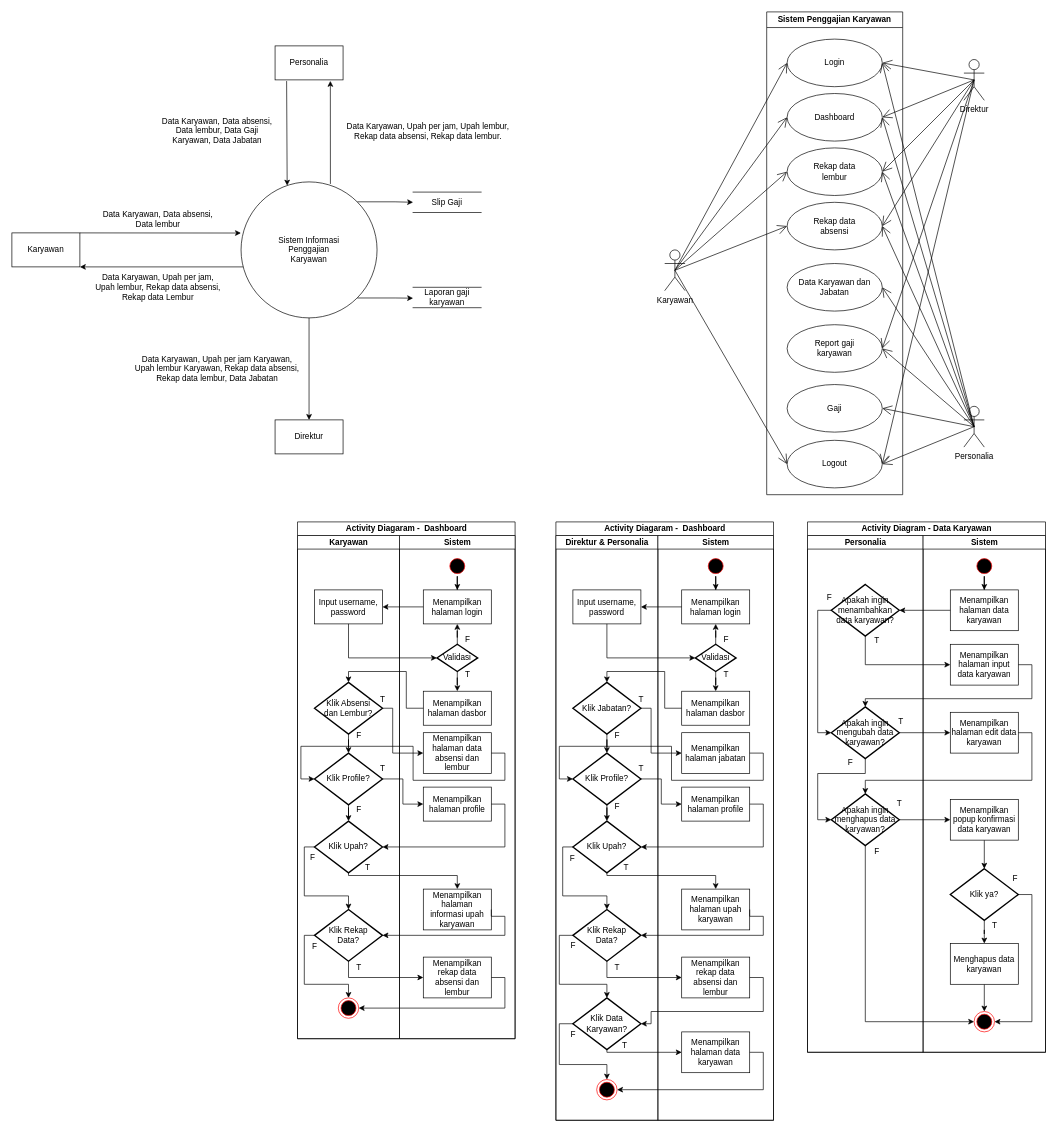
dapzz-id/DrawIO keeps this draw.io diagram as page "Halaman-1" (1 of 2) of DFD.drawio. Above is the earlier version. Source tidied: cells renumbered, new cells numbered last; positions are measured from the earlier drawing's top-left corner, leaving out a move shared by most shapes. Both pictures are drawn from the tidied source at 68%, with x=0, y=0 at pixel (12, 12).
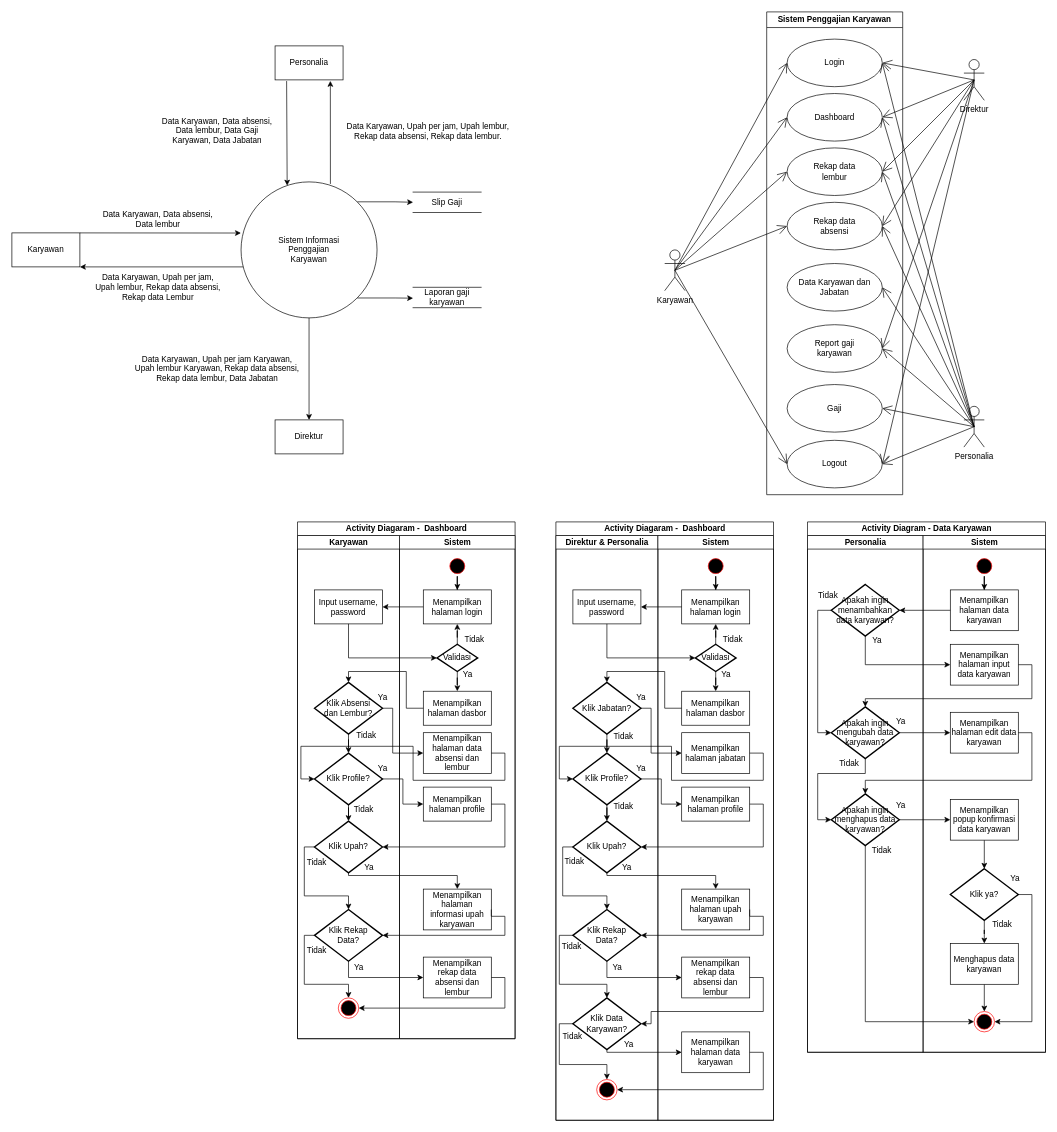
After the change.

The change refers to these unchanged cells:
```xml
<mxCell id="52" value="Karyawan" style="swimlane;startSize=20;html=1;" parent="51" vertex="1">
  <mxGeometry y="20" width="150" height="740" as="geometry" />
</mxCell>
<mxCell id="69" value="Sistem" style="swimlane;startSize=20;html=1;" parent="51" vertex="1">
  <mxGeometry x="150" y="20" width="170" height="740" as="geometry" />
</mxCell>
<mxCell id="97" value="Direktur &amp;amp; Personalia" style="swimlane;startSize=20;html=1;" parent="96" vertex="1">
  <mxGeometry y="20" width="150" height="860" as="geometry" />
</mxCell>
<mxCell id="120" value="Sistem" style="swimlane;startSize=20;html=1;" parent="96" vertex="1">
  <mxGeometry x="150" y="20" width="170" height="860" as="geometry" />
</mxCell>
<mxCell id="149" value="Personalia" style="swimlane;startSize=20;html=1;" parent="148" vertex="1">
  <mxGeometry y="20" width="170" height="760" as="geometry" />
</mxCell>
<mxCell id="160" value="Sistem" style="swimlane;startSize=20;html=1;" parent="148" vertex="1">
  <mxGeometry x="170" y="20" width="180" height="760" as="geometry" />
</mxCell>
```

The edit, as a diff of the source:
```diff
@@
-    <mxCell id="59" value="T" style="text;html=1;align=center;verticalAlign=middle;strokeColor=none;fillColor=none;" parent="52" vertex="1">
-      <mxGeometry x="110" y="328" width="30" height="30" as="geometry" />
+    <mxCell id="59" value="Ya" style="text;html=1;align=center;verticalAlign=middle;strokeColor=none;fillColor=none;" parent="52" vertex="1">
+      <mxGeometry x="105" y="328" width="40" height="30" as="geometry" />
     </mxCell>
-    <mxCell id="60" value="T" style="text;html=1;align=center;verticalAlign=middle;strokeColor=none;fillColor=none;" parent="52" vertex="1">
-      <mxGeometry x="88" y="474" width="30" height="30" as="geometry" />
+    <mxCell id="60" value="Ya" style="text;html=1;align=center;verticalAlign=middle;strokeColor=none;fillColor=none;" parent="52" vertex="1">
+      <mxGeometry x="85" y="474" width="40" height="30" as="geometry" />
     </mxCell>
@@
-    <mxCell id="64" value="T" style="text;html=1;align=center;verticalAlign=middle;strokeColor=none;fillColor=none;" parent="52" vertex="1">
-      <mxGeometry x="75" y="620" width="30" height="30" as="geometry" />
+    <mxCell id="64" value="Ya" style="text;html=1;align=center;verticalAlign=middle;strokeColor=none;fillColor=none;" parent="52" vertex="1">
+      <mxGeometry x="70" y="620" width="40" height="30" as="geometry" />
     </mxCell>
@@
-    <mxCell id="66" value="F" style="text;html=1;align=center;verticalAlign=middle;strokeColor=none;fillColor=none;" parent="52" vertex="1">
-      <mxGeometry x="75" y="280" width="30" height="30" as="geometry" />
+    <mxCell id="66" value="Tidak" style="text;html=1;align=center;verticalAlign=middle;strokeColor=none;fillColor=none;" parent="52" vertex="1">
+      <mxGeometry x="76" y="280" width="50" height="30" as="geometry" />
     </mxCell>
-    <mxCell id="67" value="F" style="text;html=1;align=center;verticalAlign=middle;strokeColor=none;fillColor=none;" parent="52" vertex="1">
-      <mxGeometry x="10" y="590" width="30" height="30" as="geometry" />
+    <mxCell id="67" value="Tidak" style="text;html=1;align=center;verticalAlign=middle;strokeColor=none;fillColor=none;" parent="52" vertex="1">
+      <mxGeometry x="3" y="596" width="50" height="30" as="geometry" />
     </mxCell>
-    <mxCell id="68" value="T" style="text;html=1;align=center;verticalAlign=middle;strokeColor=none;fillColor=none;" parent="52" vertex="1">
-      <mxGeometry x="110" y="226" width="30" height="30" as="geometry" />
+    <mxCell id="68" value="Ya" style="text;html=1;align=center;verticalAlign=middle;strokeColor=none;fillColor=none;" parent="52" vertex="1">
+      <mxGeometry x="105" y="223" width="40" height="30" as="geometry" />
     </mxCell>
+    <mxCell id="95" value="Tidak" style="text;html=1;align=center;verticalAlign=middle;strokeColor=none;fillColor=none;" parent="52" vertex="1">
+      <mxGeometry x="3" y="466" width="50" height="30" as="geometry" />
+    </mxCell>
@@
-    <mxCell id="76" value="F" style="text;html=1;align=center;verticalAlign=middle;strokeColor=none;fillColor=none;" parent="69" vertex="1">
-      <mxGeometry x="85" y="138" width="30" height="30" as="geometry" />
+    <mxCell id="76" value="Tidak" style="text;html=1;align=center;verticalAlign=middle;strokeColor=none;fillColor=none;" parent="69" vertex="1">
+      <mxGeometry x="85" y="138" width="50" height="30" as="geometry" />
     </mxCell>
@@
-    <mxCell id="78" value="T" style="text;html=1;align=center;verticalAlign=middle;strokeColor=none;fillColor=none;" parent="69" vertex="1">
-      <mxGeometry x="85" y="190" width="30" height="30" as="geometry" />
+    <mxCell id="78" value="Ya" style="text;html=1;align=center;verticalAlign=middle;strokeColor=none;fillColor=none;" parent="69" vertex="1">
+      <mxGeometry x="80" y="190" width="40" height="30" as="geometry" />
     </mxCell>
@@
-    <mxCell id="94" value="F" style="text;html=1;align=center;verticalAlign=middle;strokeColor=none;fillColor=none;" parent="1" vertex="1">
-      <mxGeometry x="495" y="1158" width="30" height="30" as="geometry" />
+    <mxCell id="94" value="Tidak" style="text;html=1;align=center;verticalAlign=middle;strokeColor=none;fillColor=none;" parent="1" vertex="1">
+      <mxGeometry x="492" y="1158" width="50" height="30" as="geometry" />
     </mxCell>
-    <mxCell id="95" value="F" style="text;html=1;align=center;verticalAlign=middle;strokeColor=none;fillColor=none;" parent="1" vertex="1">
-      <mxGeometry x="427" y="1228" width="30" height="30" as="geometry" />
-    </mxCell>
@@
-    <mxCell id="104" value="T" style="text;html=1;align=center;verticalAlign=middle;strokeColor=none;fillColor=none;" parent="97" vertex="1">
-      <mxGeometry x="110" y="328" width="30" height="30" as="geometry" />
+    <mxCell id="104" value="Ya" style="text;html=1;align=center;verticalAlign=middle;strokeColor=none;fillColor=none;" parent="97" vertex="1">
+      <mxGeometry x="105" y="328" width="40" height="30" as="geometry" />
     </mxCell>
-    <mxCell id="105" value="T" style="text;html=1;align=center;verticalAlign=middle;strokeColor=none;fillColor=none;" parent="97" vertex="1">
-      <mxGeometry x="88" y="474" width="30" height="30" as="geometry" />
+    <mxCell id="105" value="Ya" style="text;html=1;align=center;verticalAlign=middle;strokeColor=none;fillColor=none;" parent="97" vertex="1">
+      <mxGeometry x="84" y="474" width="40" height="30" as="geometry" />
     </mxCell>
@@
-    <mxCell id="108" value="T" style="text;html=1;align=center;verticalAlign=middle;strokeColor=none;fillColor=none;" parent="97" vertex="1">
-      <mxGeometry x="75" y="620" width="30" height="30" as="geometry" />
+    <mxCell id="108" value="Ya" style="text;html=1;align=center;verticalAlign=middle;strokeColor=none;fillColor=none;" parent="97" vertex="1">
+      <mxGeometry x="70" y="620" width="40" height="30" as="geometry" />
     </mxCell>
@@
-    <mxCell id="110" value="F" style="text;html=1;align=center;verticalAlign=middle;strokeColor=none;fillColor=none;" parent="97" vertex="1">
-      <mxGeometry x="75" y="280" width="30" height="30" as="geometry" />
+    <mxCell id="110" value="Tidak" style="text;html=1;align=center;verticalAlign=middle;strokeColor=none;fillColor=none;" parent="97" vertex="1">
+      <mxGeometry x="74" y="281" width="50" height="30" as="geometry" />
     </mxCell>
-    <mxCell id="111" value="F" style="text;html=1;align=center;verticalAlign=middle;strokeColor=none;fillColor=none;" parent="97" vertex="1">
-      <mxGeometry x="10" y="588" width="30" height="30" as="geometry" />
+    <mxCell id="111" value="Tidak" style="text;html=1;align=center;verticalAlign=middle;strokeColor=none;fillColor=none;" parent="97" vertex="1">
+      <mxGeometry x="-2" y="590" width="50" height="30" as="geometry" />
     </mxCell>
-    <mxCell id="112" value="T" style="text;html=1;align=center;verticalAlign=middle;strokeColor=none;fillColor=none;" parent="97" vertex="1">
-      <mxGeometry x="110" y="226" width="30" height="30" as="geometry" />
+    <mxCell id="112" value="Ya" style="text;html=1;align=center;verticalAlign=middle;strokeColor=none;fillColor=none;" parent="97" vertex="1">
+      <mxGeometry x="105" y="224" width="40" height="30" as="geometry" />
     </mxCell>
@@
-    <mxCell id="116" value="T" style="text;html=1;align=center;verticalAlign=middle;strokeColor=none;fillColor=none;" parent="97" vertex="1">
-      <mxGeometry x="86" y="735" width="30" height="30" as="geometry" />
+    <mxCell id="116" value="Ya" style="text;html=1;align=center;verticalAlign=middle;strokeColor=none;fillColor=none;" parent="97" vertex="1">
+      <mxGeometry x="87" y="733" width="40" height="30" as="geometry" />
     </mxCell>
-    <mxCell id="117" value="F" style="text;html=1;align=center;verticalAlign=middle;strokeColor=none;fillColor=none;" parent="97" vertex="1">
-      <mxGeometry x="10" y="719" width="30" height="30" as="geometry" />
+    <mxCell id="117" value="Tidak" style="text;html=1;align=center;verticalAlign=middle;strokeColor=none;fillColor=none;" parent="97" vertex="1">
+      <mxGeometry x="-1" y="722" width="50" height="30" as="geometry" />
     </mxCell>
-    <mxCell id="118" value="F" style="text;html=1;align=center;verticalAlign=middle;strokeColor=none;fillColor=none;" parent="97" vertex="1">
-      <mxGeometry x="75" y="384" width="30" height="30" as="geometry" />
+    <mxCell id="118" value="Tidak" style="text;html=1;align=center;verticalAlign=middle;strokeColor=none;fillColor=none;" parent="97" vertex="1">
+      <mxGeometry x="74" y="384" width="50" height="30" as="geometry" />
     </mxCell>
-    <mxCell id="119" value="F" style="text;html=1;align=center;verticalAlign=middle;strokeColor=none;fillColor=none;" parent="97" vertex="1">
-      <mxGeometry x="9" y="460" width="30" height="30" as="geometry" />
+    <mxCell id="119" value="Tidak" style="text;html=1;align=center;verticalAlign=middle;strokeColor=none;fillColor=none;" parent="97" vertex="1">
+      <mxGeometry x="2" y="465" width="50" height="30" as="geometry" />
     </mxCell>
@@
-    <mxCell id="127" value="F" style="text;html=1;align=center;verticalAlign=middle;strokeColor=none;fillColor=none;" parent="120" vertex="1">
-      <mxGeometry x="85" y="138" width="30" height="30" as="geometry" />
+    <mxCell id="127" value="Tidak" style="text;html=1;align=center;verticalAlign=middle;strokeColor=none;fillColor=none;" parent="120" vertex="1">
+      <mxGeometry x="85" y="138" width="50" height="30" as="geometry" />
     </mxCell>
@@
-    <mxCell id="129" value="T" style="text;html=1;align=center;verticalAlign=middle;strokeColor=none;fillColor=none;" parent="120" vertex="1">
-      <mxGeometry x="85" y="190" width="30" height="30" as="geometry" />
+    <mxCell id="129" value="Ya" style="text;html=1;align=center;verticalAlign=middle;strokeColor=none;fillColor=none;" parent="120" vertex="1">
+      <mxGeometry x="80" y="190" width="40" height="30" as="geometry" />
     </mxCell>
@@
-    <mxCell id="151" value="T" style="text;html=1;align=center;verticalAlign=middle;strokeColor=none;fillColor=none;" parent="149" vertex="1">
-      <mxGeometry x="87" y="139" width="30" height="30" as="geometry" />
+    <mxCell id="151" value="Ya" style="text;html=1;align=center;verticalAlign=middle;strokeColor=none;fillColor=none;" parent="149" vertex="1">
+      <mxGeometry x="82" y="139" width="40" height="30" as="geometry" />
     </mxCell>
@@
-    <mxCell id="154" value="F" style="text;html=1;align=center;verticalAlign=middle;strokeColor=none;fillColor=none;" parent="149" vertex="1">
-      <mxGeometry x="17" y="76" width="30" height="30" as="geometry" />
+    <mxCell id="154" value="Tidak" style="text;html=1;align=center;verticalAlign=middle;strokeColor=none;fillColor=none;" parent="149" vertex="1">
+      <mxGeometry x="5" y="74" width="50" height="30" as="geometry" />
     </mxCell>
@@
-    <mxCell id="157" value="F" style="text;html=1;align=center;verticalAlign=middle;strokeColor=none;fillColor=none;" parent="149" vertex="1">
-      <mxGeometry x="48" y="319" width="30" height="30" as="geometry" />
+    <mxCell id="157" value="Tidak" style="text;html=1;align=center;verticalAlign=middle;strokeColor=none;fillColor=none;" parent="149" vertex="1">
+      <mxGeometry x="36" y="320" width="50" height="30" as="geometry" />
     </mxCell>
-    <mxCell id="158" value="T" style="text;html=1;align=center;verticalAlign=middle;strokeColor=none;fillColor=none;" parent="149" vertex="1">
-      <mxGeometry x="120" y="380" width="30" height="30" as="geometry" />
+    <mxCell id="158" value="Ya" style="text;html=1;align=center;verticalAlign=middle;strokeColor=none;fillColor=none;" parent="149" vertex="1">
+      <mxGeometry x="117" y="382" width="40" height="30" as="geometry" />
     </mxCell>
-    <mxCell id="159" value="F" style="text;html=1;align=center;verticalAlign=middle;strokeColor=none;fillColor=none;" parent="149" vertex="1">
-      <mxGeometry x="87" y="450" width="30" height="30" as="geometry" />
+    <mxCell id="159" value="Tidak" style="text;html=1;align=center;verticalAlign=middle;strokeColor=none;fillColor=none;" parent="149" vertex="1">
+      <mxGeometry x="84" y="449" width="50" height="30" as="geometry" />
     </mxCell>
@@
-    <mxCell id="174" value="F" style="text;html=1;align=center;verticalAlign=middle;strokeColor=none;fillColor=none;" parent="160" vertex="1">
-      <mxGeometry x="120" y="490" width="30" height="30" as="geometry" />
+    <mxCell id="174" value="Ya" style="text;html=1;align=center;verticalAlign=middle;strokeColor=none;fillColor=none;" parent="160" vertex="1">
+      <mxGeometry x="115" y="490" width="40" height="30" as="geometry" />
     </mxCell>
@@
-    <mxCell id="182" value="T" style="text;html=1;align=center;verticalAlign=middle;strokeColor=none;fillColor=none;" parent="1" vertex="1">
-      <mxGeometry x="1292" y="1028" width="30" height="30" as="geometry" />
+    <mxCell id="182" value="Ya" style="text;html=1;align=center;verticalAlign=middle;strokeColor=none;fillColor=none;" parent="1" vertex="1">
+      <mxGeometry x="1287" y="1028" width="40" height="30" as="geometry" />
     </mxCell>
-    <mxCell id="183" value="T" style="text;html=1;align=center;verticalAlign=middle;strokeColor=none;fillColor=none;" parent="1" vertex="1">
-      <mxGeometry x="1430" y="1328" width="30" height="30" as="geometry" />
+    <mxCell id="183" value="Tidak" style="text;html=1;align=center;verticalAlign=middle;strokeColor=none;fillColor=none;" parent="1" vertex="1">
+      <mxGeometry x="1431" y="1327" width="50" height="30" as="geometry" />
     </mxCell>
```
